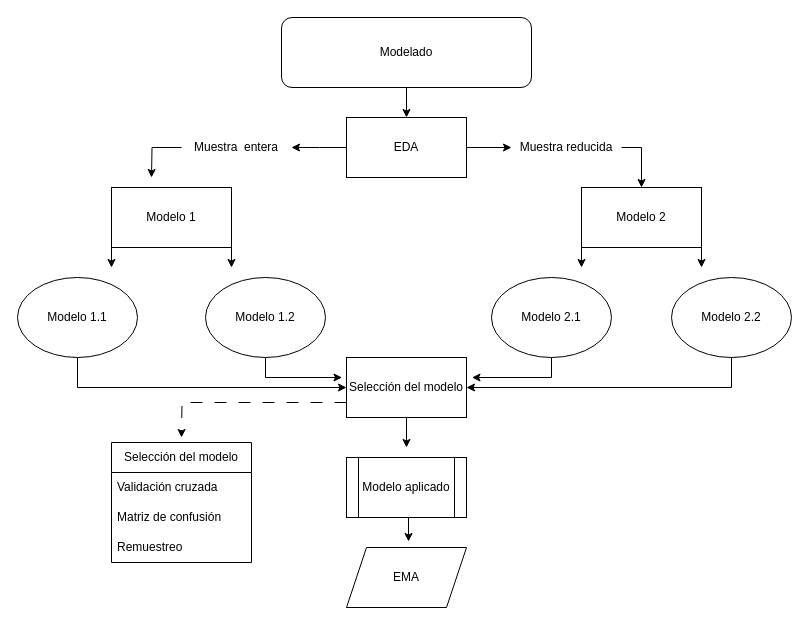
Before: brief/Diagrama sin título.drawio in alexisrangelcalvo/FP-LM-MAEA-UJED-1S, a draw.io diagram. Source tidied: cells renumbered, new cells numbered last; positions are measured from the earlier drawing's top-left corner, leaving out a move shared by most shapes. Both pictures are drawn from the tidied source at 100%, with x=0, y=0 at pixel (17, 17).
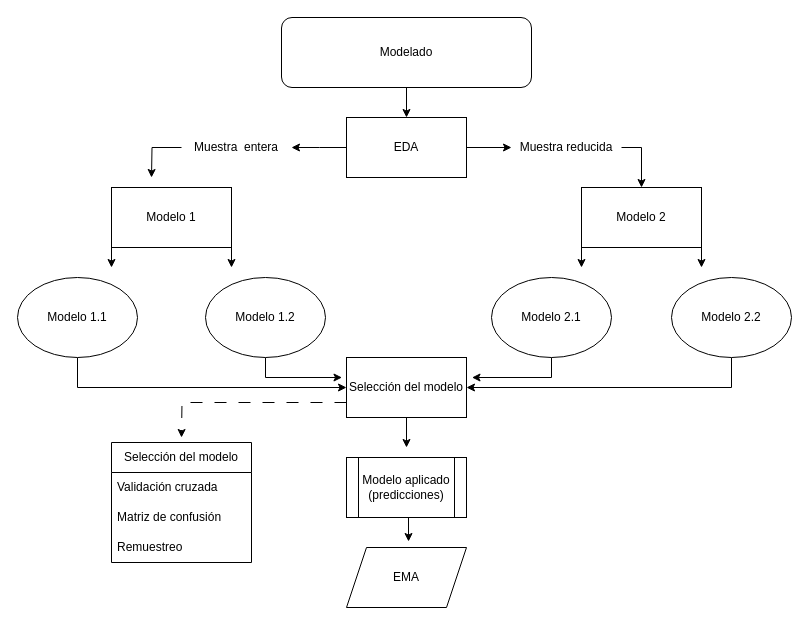
Above is the later version.

What changed in the source:
```diff
@@
-    <mxCell id="29" value="Modelo aplicado" style="shape=process;whiteSpace=wrap;html=1;backgroundOutline=1;" parent="1" vertex="1">
+    <mxCell id="29" value="Modelo aplicado (predicciones)" style="shape=process;whiteSpace=wrap;html=1;backgroundOutline=1;" parent="1" vertex="1">
       <mxGeometry x="329" y="440" width="120" height="60" as="geometry" />
     </mxCell>
```
